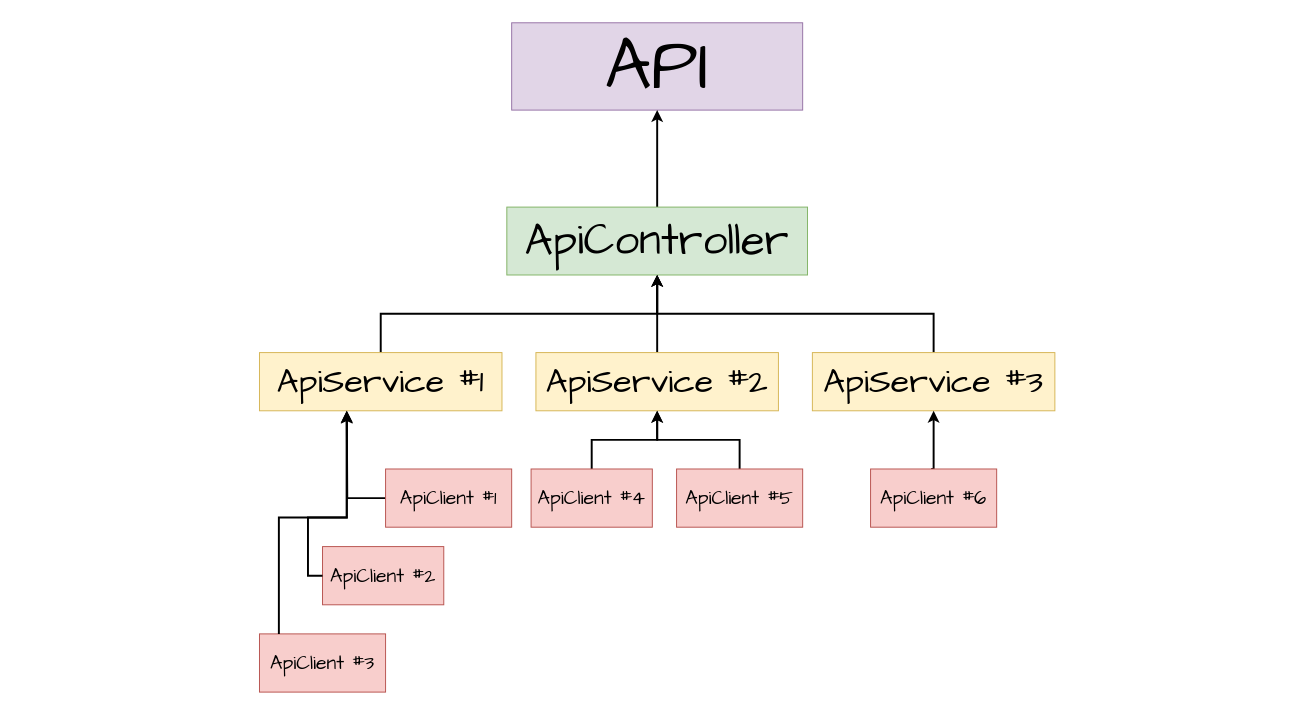
Rozhkov109/panoptium keeps this draw.io diagram as page "Api Structure" (4 of 4) of documentation/diagrams/Panoptium.drawio. Above is the earlier version. Source tidied: cells renumbered, new cells numbered last; positions are measured from the earlier drawing's top-left corner, leaving out a move shared by most shapes. Both pictures are drawn from the tidied source at 97%, with x=0, y=0 at pixel (259, 22).
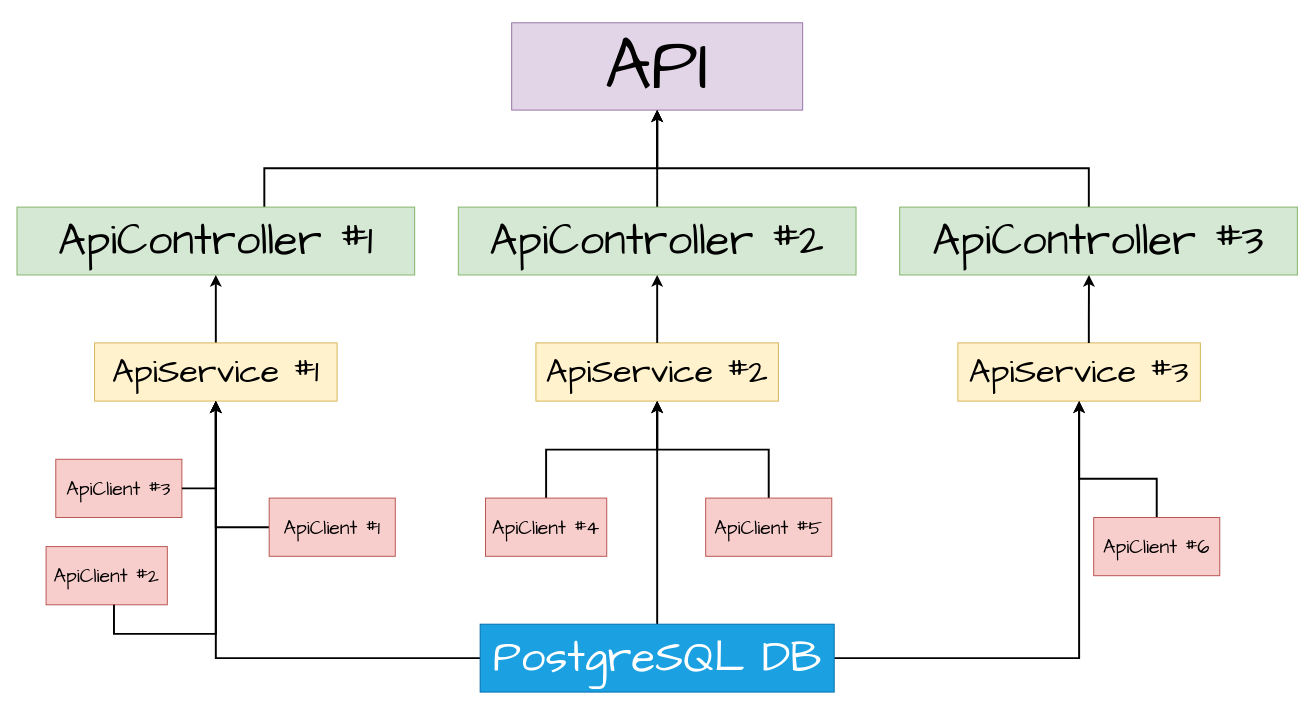
The same diagram, later.

Unchanged cells that the change refers to:
```xml
<mxCell id="2" value="API" style="rounded=0;whiteSpace=wrap;html=1;fontSize=75;fontFamily=Comic Sans MS;fillColor=#e1d5e7;strokeColor=#9673a6;" parent="1" vertex="1">
  <mxGeometry x="260" width="300" height="90" as="geometry" />
</mxCell>
```

The edit, as a diff of the source:
```diff
@@
     <mxCell id="3" style="edgeStyle=orthogonalEdgeStyle;rounded=0;jettySize=auto;html=1;entryX=0.5;entryY=1;entryDx=0;entryDy=0;strokeWidth=2;" parent="1" edge="1" source="4" target="2">
-      <mxGeometry relative="1" as="geometry" />
+      <mxGeometry relative="1" as="geometry">
+        <Array as="points">
+          <mxPoint x="5" y="150" />
+          <mxPoint x="410" y="150" />
+        </Array>
+      </mxGeometry>
     </mxCell>
-    <mxCell id="4" value="ApiController" style="rounded=0;whiteSpace=wrap;html=1;fontSize=45;fontFamily=Comic Sans MS;fillColor=#d5e8d4;strokeColor=#82b366;" parent="1" vertex="1">
-      <mxGeometry x="255" y="190" width="310" height="70" as="geometry" />
+    <mxCell id="4" value="ApiController #1" style="rounded=0;whiteSpace=wrap;html=1;fontSize=45;fontFamily=Comic Sans MS;fillColor=#d5e8d4;strokeColor=#82b366;" parent="1" vertex="1">
+      <mxGeometry x="-250" y="190" width="410" height="70" as="geometry" />
     </mxCell>
-    <mxCell id="5" style="edgeStyle=orthogonalEdgeStyle;rounded=0;jettySize=auto;html=1;entryX=0.5;entryY=1;entryDx=0;entryDy=0;spacing=2;strokeWidth=2;" parent="1" edge="1" source="6" target="4">
+    <mxCell id="5" style="edgeStyle=orthogonalEdgeStyle;rounded=0;jettySize=auto;html=1;entryX=0.5;entryY=1;entryDx=0;entryDy=0;spacing=2;strokeWidth=2;exitX=0.5;exitY=0;exitDx=0;exitDy=0;" parent="1" edge="1" source="6" target="4">
       <mxGeometry relative="1" as="geometry">
         <Array as="points">
-          <mxPoint x="125" y="300" />
-          <mxPoint x="410" y="300" />
+          <mxPoint x="5" y="360" />
+          <mxPoint x="5" y="360" />
         </Array>
       </mxGeometry>
     </mxCell>
     <mxCell id="6" value="ApiService #1" style="rounded=0;whiteSpace=wrap;html=1;fontSize=35;fontFamily=Comic Sans MS;fillColor=#fff2cc;strokeColor=#d6b656;" parent="1" vertex="1">
-      <mxGeometry y="340" width="250" height="60" as="geometry" />
+      <mxGeometry x="-170" y="330" width="250" height="60" as="geometry" />
     </mxCell>
-    <mxCell id="7" style="edgeStyle=orthogonalEdgeStyle;rounded=0;jettySize=auto;html=1;spacing=2;strokeWidth=2;" parent="1" edge="1" source="8" target="4">
-      <mxGeometry relative="1" as="geometry" />
-    </mxCell>
     <mxCell id="8" value="ApiService #2" style="rounded=0;whiteSpace=wrap;html=1;fontSize=35;fontFamily=Comic Sans MS;fillColor=#fff2cc;strokeColor=#d6b656;" parent="1" vertex="1">
-      <mxGeometry x="285" y="340" width="250" height="60" as="geometry" />
+      <mxGeometry x="285" y="330" width="250" height="60" as="geometry" />
     </mxCell>
-    <mxCell id="9" style="edgeStyle=orthogonalEdgeStyle;rounded=0;jettySize=auto;html=1;spacing=2;strokeWidth=2;" parent="1" edge="1" source="10" target="4">
-      <mxGeometry relative="1" as="geometry">
-        <Array as="points">
-          <mxPoint x="695" y="300" />
-          <mxPoint x="410" y="300" />
-        </Array>
-      </mxGeometry>
-    </mxCell>
     <mxCell id="10" value="ApiService #3" style="rounded=0;whiteSpace=wrap;html=1;fontSize=35;fontFamily=Comic Sans MS;fillColor=#fff2cc;strokeColor=#d6b656;" parent="1" vertex="1">
-      <mxGeometry x="570" y="340" width="250" height="60" as="geometry" />
+      <mxGeometry x="720" y="330" width="250" height="60" as="geometry" />
     </mxCell>
-    <mxCell id="11" style="edgeStyle=orthogonalEdgeStyle;rounded=0;jettySize=auto;html=1;strokeWidth=2;" parent="1" edge="1" source="12">
-      <mxGeometry relative="1" as="geometry">
-        <mxPoint x="90" y="400" as="targetPoint" />
-      </mxGeometry>
+    <mxCell id="11" style="edgeStyle=orthogonalEdgeStyle;rounded=0;jettySize=auto;html=1;strokeWidth=2;exitX=0;exitY=0.5;exitDx=0;exitDy=0;entryX=0.5;entryY=1;entryDx=0;entryDy=0;" parent="1" edge="1" source="12" target="6">
+      <mxGeometry relative="1" as="geometry" />
     </mxCell>
     <mxCell id="12" value="ApiClient #1" style="rounded=0;whiteSpace=wrap;html=1;fontSize=20;fontFamily=Comic Sans MS;fillColor=#f8cecc;strokeColor=#b85450;" parent="1" vertex="1">
-      <mxGeometry x="130" y="460" width="130" height="60" as="geometry" />
+      <mxGeometry x="10" y="490" width="130" height="60" as="geometry" />
     </mxCell>
     <mxCell id="13" value="ApiClient #2" style="rounded=0;whiteSpace=wrap;html=1;fontSize=20;fontFamily=Comic Sans MS;fillColor=#f8cecc;strokeColor=#b85450;" parent="1" vertex="1">
-      <mxGeometry x="65" y="540" width="125" height="60" as="geometry" />
+      <mxGeometry x="-220" y="540" width="125" height="60" as="geometry" />
     </mxCell>
     <mxCell id="14" value="ApiClient #3" style="rounded=0;whiteSpace=wrap;html=1;fontSize=20;fontFamily=Comic Sans MS;fillColor=#f8cecc;strokeColor=#b85450;" parent="1" vertex="1">
-      <mxGeometry y="630" width="130" height="60" as="geometry" />
+      <mxGeometry x="-210" y="450" width="130" height="60" as="geometry" />
     </mxCell>
-    <mxCell id="15" style="edgeStyle=orthogonalEdgeStyle;rounded=0;jettySize=auto;html=1;strokeWidth=2;" parent="1" edge="1" source="14">
+    <mxCell id="15" style="edgeStyle=orthogonalEdgeStyle;rounded=0;jettySize=auto;html=1;strokeWidth=2;entryX=0.5;entryY=1;entryDx=0;entryDy=0;" parent="1" edge="1" source="14" target="6">
       <mxGeometry relative="1" as="geometry">
-        <mxPoint x="90" y="401" as="targetPoint" />
         <Array as="points">
-          <mxPoint x="20" y="510" />
-          <mxPoint x="90" y="510" />
+          <mxPoint x="-110" y="480" />
+          <mxPoint x="5" y="480" />
         </Array>
       </mxGeometry>
     </mxCell>
-    <mxCell id="16" style="edgeStyle=orthogonalEdgeStyle;rounded=0;jettySize=auto;html=1;strokeWidth=2;" parent="1" edge="1" source="13">
+    <mxCell id="16" style="edgeStyle=orthogonalEdgeStyle;rounded=0;jettySize=auto;html=1;strokeWidth=2;entryX=0.5;entryY=1;entryDx=0;entryDy=0;" parent="1" edge="1" source="13" target="6">
       <mxGeometry relative="1" as="geometry">
-        <mxPoint x="90" y="400" as="targetPoint" />
         <Array as="points">
-          <mxPoint x="50" y="570" />
-          <mxPoint x="50" y="510" />
-          <mxPoint x="90" y="510" />
+          <mxPoint x="-150" y="630" />
+          <mxPoint x="-45" y="630" />
         </Array>
       </mxGeometry>
     </mxCell>
@@
     <mxCell id="18" value="ApiClient #5" style="rounded=0;whiteSpace=wrap;html=1;fontSize=20;fontFamily=Comic Sans MS;fillColor=#f8cecc;strokeColor=#b85450;" parent="1" vertex="1">
-      <mxGeometry x="430" y="460" width="130" height="60" as="geometry" />
+      <mxGeometry x="460" y="490" width="130" height="60" as="geometry" />
     </mxCell>
@@
     <mxCell id="20" value="ApiClient #4" style="rounded=0;whiteSpace=wrap;html=1;fontSize=20;fontFamily=Comic Sans MS;fillColor=#f8cecc;strokeColor=#b85450;" parent="1" vertex="1">
-      <mxGeometry x="280" y="460" width="125" height="60" as="geometry" />
+      <mxGeometry x="233" y="490" width="125" height="60" as="geometry" />
     </mxCell>
-    <mxCell id="21" style="edgeStyle=orthogonalEdgeStyle;rounded=0;jettySize=auto;html=1;strokeWidth=2;entryX=0.5;entryY=1;entryDx=0;entryDy=0;" parent="1" edge="1" target="10">
+    <mxCell id="21" style="edgeStyle=orthogonalEdgeStyle;rounded=0;jettySize=auto;html=1;strokeWidth=2;entryX=0.5;entryY=1;entryDx=0;entryDy=0;exitX=0.5;exitY=0;exitDx=0;exitDy=0;" parent="1" edge="1" source="22" target="10">
       <mxGeometry relative="1" as="geometry">
-        <mxPoint x="692.5" y="460" as="sourcePoint" />
         <Array as="points">
-          <mxPoint x="695" y="460" />
+          <mxPoint x="925" y="470" />
+          <mxPoint x="845" y="470" />
         </Array>
       </mxGeometry>
     </mxCell>
     <mxCell id="22" value="ApiClient #6" style="rounded=0;whiteSpace=wrap;html=1;fontSize=20;fontFamily=Comic Sans MS;fillColor=#f8cecc;strokeColor=#b85450;" parent="1" vertex="1">
-      <mxGeometry x="630" y="460" width="130" height="60" as="geometry" />
+      <mxGeometry x="860" y="510" width="130" height="60" as="geometry" />
     </mxCell>
+    <mxCell id="23" style="edgeStyle=orthogonalEdgeStyle;rounded=0;jettySize=auto;html=1;entryX=0.5;entryY=1;entryDx=0;entryDy=0;strokeWidth=2;" parent="1" edge="1" source="24" target="2">
+      <mxGeometry relative="1" as="geometry">
+        <Array as="points">
+          <mxPoint x="855" y="150" />
+          <mxPoint x="410" y="150" />
+        </Array>
+      </mxGeometry>
+    </mxCell>
+    <mxCell id="24" value="ApiController #3" style="rounded=0;whiteSpace=wrap;html=1;fontSize=45;fontFamily=Comic Sans MS;fillColor=#d5e8d4;strokeColor=#82b366;" parent="1" vertex="1">
+      <mxGeometry x="660" y="190" width="410" height="70" as="geometry" />
+    </mxCell>
+    <mxCell id="25" style="edgeStyle=orthogonalEdgeStyle;rounded=0;jettySize=auto;html=1;entryX=0.5;entryY=1;entryDx=0;entryDy=0;strokeWidth=2;" parent="1" edge="1" source="26" target="2">
+      <mxGeometry relative="1" as="geometry">
+        <Array as="points">
+          <mxPoint x="410" y="140" />
+          <mxPoint x="410" y="140" />
+        </Array>
+      </mxGeometry>
+    </mxCell>
+    <mxCell id="26" value="ApiController #2" style="rounded=0;whiteSpace=wrap;html=1;fontSize=45;fontFamily=Comic Sans MS;fillColor=#d5e8d4;strokeColor=#82b366;" parent="1" vertex="1">
+      <mxGeometry x="205" y="190" width="410" height="70" as="geometry" />
+    </mxCell>
+    <mxCell id="27" style="edgeStyle=orthogonalEdgeStyle;rounded=0;jettySize=auto;html=1;strokeWidth=2;" parent="1" edge="1" source="8">
+      <mxGeometry relative="1" as="geometry">
+        <mxPoint x="410" y="260" as="targetPoint" />
+        <Array as="points">
+          <mxPoint x="410" y="261" />
+        </Array>
+      </mxGeometry>
+    </mxCell>
+    <mxCell id="28" style="edgeStyle=orthogonalEdgeStyle;rounded=0;jettySize=auto;html=1;entryX=0.5;entryY=1;entryDx=0;entryDy=0;strokeWidth=2;" parent="1" edge="1" source="31" target="6">
+      <mxGeometry relative="1" as="geometry" />
+    </mxCell>
+    <mxCell id="29" style="edgeStyle=orthogonalEdgeStyle;rounded=0;jettySize=auto;html=1;entryX=0.5;entryY=1;entryDx=0;entryDy=0;strokeWidth=2;" parent="1" edge="1" source="31" target="8">
+      <mxGeometry relative="1" as="geometry">
+        <Array as="points">
+          <mxPoint x="410" y="650" />
+          <mxPoint x="410" y="650" />
+        </Array>
+      </mxGeometry>
+    </mxCell>
+    <mxCell id="30" style="edgeStyle=orthogonalEdgeStyle;rounded=0;jettySize=auto;html=1;entryX=0.5;entryY=1;entryDx=0;entryDy=0;strokeWidth=2;" parent="1" edge="1" source="31" target="10">
+      <mxGeometry relative="1" as="geometry" />
+    </mxCell>
+    <mxCell id="31" value="PostgreSQL DB" style="rounded=0;whiteSpace=wrap;html=1;fontSize=45;fontFamily=Comic Sans MS;fillColor=#1ba1e2;strokeColor=#006EAF;fontColor=#ffffff;" parent="1" vertex="1">
+      <mxGeometry x="227.5" y="620" width="365" height="70" as="geometry" />
+    </mxCell>
+    <mxCell id="32" style="edgeStyle=orthogonalEdgeStyle;rounded=0;jettySize=auto;html=1;entryX=0.476;entryY=1;entryDx=0;entryDy=0;entryPerimeter=0;strokeWidth=2;" parent="1" edge="1" source="10" target="24">
+      <mxGeometry relative="1" as="geometry">
+        <Array as="points">
+          <mxPoint x="855" y="310" />
+          <mxPoint x="855" y="310" />
+        </Array>
+      </mxGeometry>
+    </mxCell>
```
